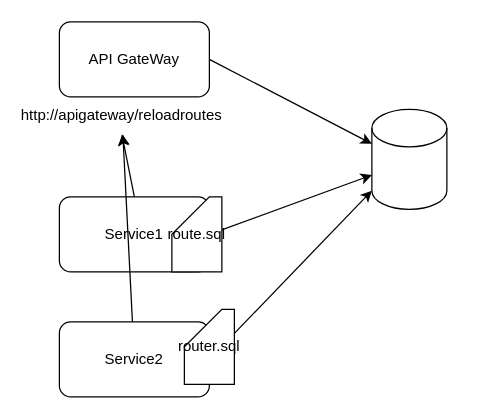
This is Untitled Diagram.drawio from mimaya/drawio, a draw.io file, before an edit. Source tidied: cells renumbered, new cells numbered last; positions are measured from the earlier drawing's top-left corner, leaving out a move shared by most shapes. Both pictures are drawn from the tidied source at 125%, with x=0, y=0 at pixel (59, 21).
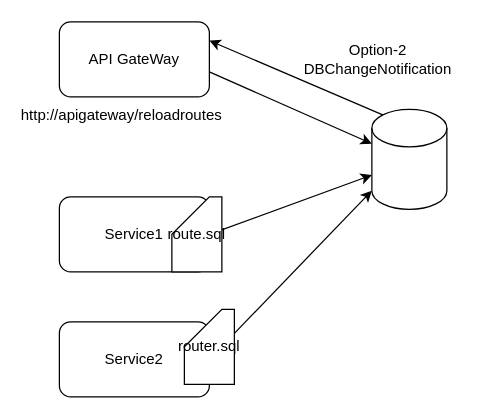
The same diagram, later.

Diff of the diagram source:
```diff
@@
 <mxGraphModel>
   <root>
     <mxCell id="0" />
     <mxCell id="1" parent="0" />
     <mxCell id="2" value="API GateWay" style="rounded=1;whiteSpace=wrap;html=1;" parent="1" vertex="1">
       <mxGeometry width="120" height="60" as="geometry" />
     </mxCell>
     <mxCell id="3" value="Service1" style="rounded=1;whiteSpace=wrap;html=1;" parent="1" vertex="1">
       <mxGeometry y="140" width="120" height="60" as="geometry" />
     </mxCell>
     <mxCell id="4" style="shape=cylinder3;whiteSpace=wrap;html=1;boundedLbl=1;backgroundOutline=1;size=15;" parent="1" vertex="1">
       <mxGeometry x="250" y="70" width="60" height="80" as="geometry" />
     </mxCell>
     <mxCell id="5" value="Service2" style="rounded=1;whiteSpace=wrap;html=1;" parent="1" vertex="1">
       <mxGeometry y="240" width="120" height="60" as="geometry" />
     </mxCell>
-    <mxCell id="6" style="endArrow=classic;html=1;rounded=0;exitX=1;exitY=0.5;exitDx=0;exitDy=0;entryX=0;entryY=0;entryDx=0;entryDy=27.5;entryPerimeter=0;" parent="1" edge="1" source="2" target="4">
-      <mxGeometry relative="1" as="geometry" />
+    <mxCell id="6" style="endArrow=classic;html=1;rounded=0;entryX=0;entryY=0;entryDx=0;entryDy=27.5;entryPerimeter=0;" parent="1" edge="1" target="4">
+      <mxGeometry relative="1" as="geometry">
+        <mxPoint x="120" y="40" as="sourcePoint" />
+      </mxGeometry>
     </mxCell>
     <mxCell id="7" style="endArrow=classic;html=1;rounded=0;entryX=0;entryY=0;entryDx=0;entryDy=52.5;entryPerimeter=0;" parent="1" edge="1" target="4">
       <mxGeometry relative="1" as="geometry">
         <mxPoint x="120" y="170" as="sourcePoint" />
       </mxGeometry>
     </mxCell>
     <mxCell id="8" style="endArrow=classic;html=1;rounded=0;exitX=1;exitY=0.5;exitDx=0;exitDy=0;entryX=0;entryY=1;entryDx=0;entryDy=-15;entryPerimeter=0;" parent="1" edge="1" source="5" target="4">
       <mxGeometry relative="1" as="geometry" />
     </mxCell>
     <mxCell id="9" value="route.sql" style="shape=card;whiteSpace=wrap;html=1;" parent="1" vertex="1">
       <mxGeometry x="90" y="140" width="40" height="60" as="geometry" />
     </mxCell>
     <mxCell id="10" value="router.sql" style="shape=card;whiteSpace=wrap;html=1;" parent="1" vertex="1">
       <mxGeometry x="100" y="230" width="40" height="60" as="geometry" />
     </mxCell>
     <mxCell id="11" value="http://apigateway/reloadroutes" style="text;html=1;strokeColor=none;fillColor=none;align=center;verticalAlign=middle;whiteSpace=wrap;rounded=0;" parent="1" vertex="1">
       <mxGeometry x="20" y="60" width="60" height="30" as="geometry" />
     </mxCell>
-    <mxCell id="12" style="endArrow=classic;html=1;rounded=0;exitX=0.5;exitY=0;exitDx=0;exitDy=0;entryX=0.5;entryY=1;entryDx=0;entryDy=0;entryPerimeter=0;" parent="1" edge="1" source="3" target="11">
-      <mxGeometry relative="1" as="geometry" />
-    </mxCell>
-    <mxCell id="13" style="endArrow=classic;html=1;rounded=0;" parent="1" edge="1" source="5" target="11">
-      <mxGeometry relative="1" as="geometry" />
-    </mxCell>
+    <mxCell id="14" style="endArrow=classic;html=1;rounded=0;exitX=0.145;exitY=0;exitDx=0;exitDy=4.35;exitPerimeter=0;entryX=1;entryY=0.25;entryDx=0;entryDy=0;" parent="1" edge="1" source="4" target="2">
+      <mxGeometry relative="1" as="geometry" />
+    </mxCell>
+    <mxCell id="15" value="Option-2&lt;br&gt;DBChangeNotification" style="text;html=1;strokeColor=none;fillColor=none;align=center;verticalAlign=middle;whiteSpace=wrap;rounded=0;" parent="1" vertex="1">
+      <mxGeometry x="190" y="15" width="130" height="30" as="geometry" />
+    </mxCell>
   </root>
 </mxGraphModel>
```
